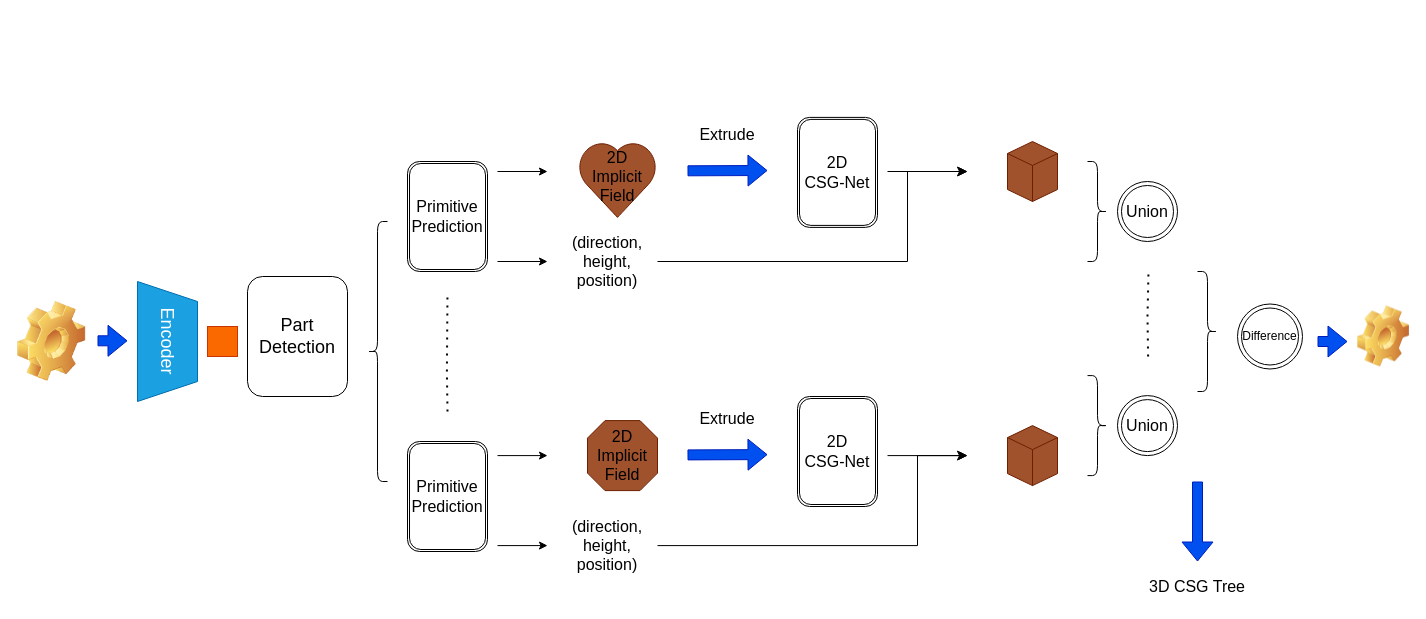
Before: img/extrude.drawio in wenqi-wang20/img, a draw.io diagram. Source tidied: cells renumbered, new cells numbered last; positions are measured from the earlier drawing's top-left corner, leaving out a move shared by most shapes. Both pictures are drawn from the tidied source at 100%, with x=0, y=0 at pixel (17, 117).
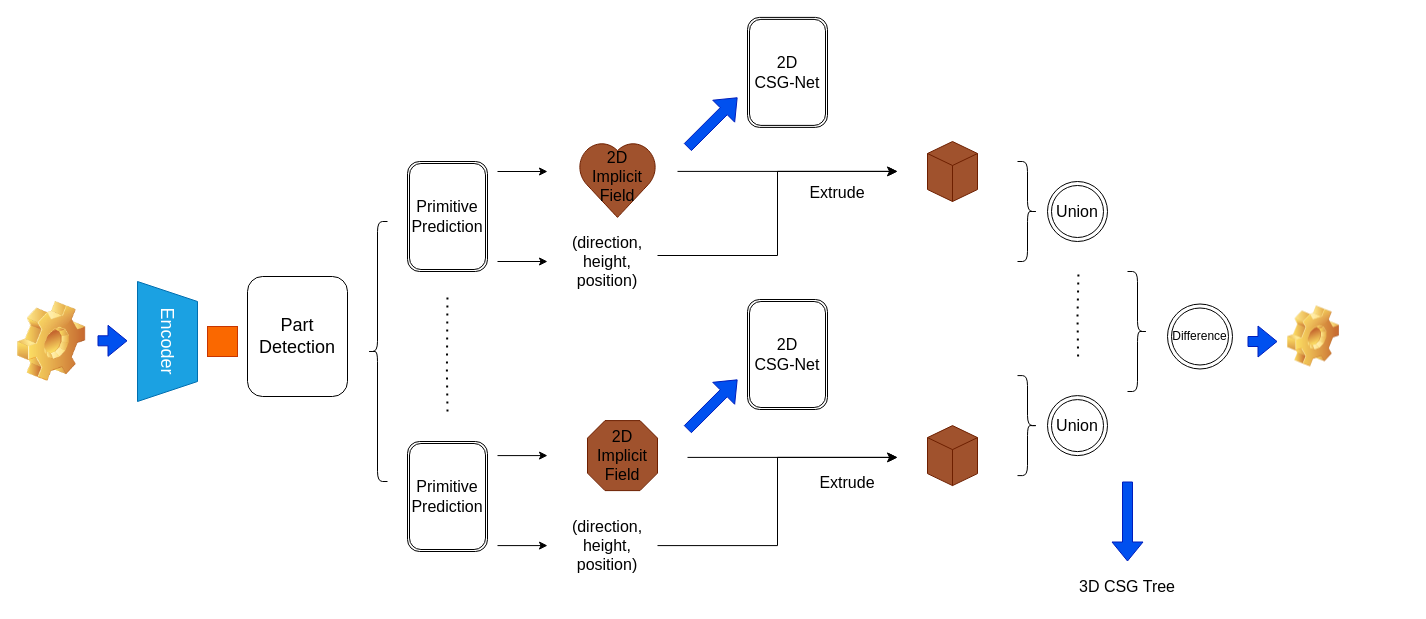
The same page after the edit.

What changed in the source:
```diff
@@
     <mxCell id="9" style="group;" parent="1" vertex="1">
-      <mxGeometry x="480" y="-0.1" width="470" height="159.1" as="geometry" />
+      <mxGeometry x="480" y="-0.1" width="480" height="159.1" as="geometry" />
     </mxCell>
@@
     <mxCell id="13" style="shape=flexArrow;endArrow=classic;html=1;rounded=0;fillColor=#0050ef;strokeColor=#001DBC;" parent="9" edge="1">
       <mxGeometry relative="1" as="geometry">
-        <mxPoint x="190" y="53.4" as="sourcePoint" />
-        <mxPoint x="270" y="53.1" as="targetPoint" />
+        <mxPoint x="190" y="30" as="sourcePoint" />
+        <mxPoint x="240" y="-20" as="targetPoint" />
       </mxGeometry>
     </mxCell>
     <mxCell id="14" value="&lt;font style=&quot;font-size: 16px;&quot;&gt;Extrude&lt;/font&gt;" style="text;html=1;strokeColor=none;fillColor=none;align=center;verticalAlign=middle;whiteSpace=wrap;rounded=0;" parent="9" vertex="1">
-      <mxGeometry x="200" y="1.6" width="60" height="30" as="geometry" />
+      <mxGeometry x="310" y="60" width="60" height="30" as="geometry" />
     </mxCell>
     <mxCell id="15" style="edgeStyle=elbowEdgeStyle;elbow=horizontal;endArrow=classic;html=1;curved=0;rounded=0;endSize=8;startSize=8;" parent="9" edge="1">
       <mxGeometry relative="1" as="geometry">
-        <mxPoint x="160" y="144.1" as="sourcePoint" />
-        <mxPoint x="470" y="54.1" as="targetPoint" />
-        <Array as="points">
-          <mxPoint x="410" y="104" />
-        </Array>
+        <mxPoint x="160" y="138.1" as="sourcePoint" />
+        <mxPoint x="400" y="54" as="targetPoint" />
       </mxGeometry>
     </mxCell>
     <mxCell id="16" style="endArrow=classic;html=1;rounded=0;" parent="9" edge="1">
       <mxGeometry relative="1" as="geometry">
-        <mxPoint x="390" y="54.1" as="sourcePoint" />
-        <mxPoint x="470" y="54.1" as="targetPoint" />
+        <mxPoint x="180" y="54" as="sourcePoint" />
+        <mxPoint x="400" y="54" as="targetPoint" />
       </mxGeometry>
     </mxCell>
@@
-    <mxCell id="20" value="&lt;font style=&quot;font-size: 16px;&quot;&gt;2D&lt;br&gt;CSG-Net&lt;/font&gt;" style="shape=ext;double=1;rounded=1;whiteSpace=wrap;html=1;" parent="9" vertex="1">
-      <mxGeometry x="300" width="80" height="110" as="geometry" />
-    </mxCell>
+    <mxCell id="28" style="html=1;shape=mxgraph.basic.isocube;isoAngle=15;fillColor=#a0522d;fontColor=#ffffff;strokeColor=#6D1F00;" parent="9" vertex="1">
+      <mxGeometry x="430" y="24.1" width="50" height="60" as="geometry" />
+    </mxCell>
@@
-    <mxCell id="24" style="shape=flexArrow;endArrow=classic;html=1;rounded=0;fillColor=#0050ef;strokeColor=#001DBC;" parent="1" edge="1">
-      <mxGeometry relative="1" as="geometry">
-        <mxPoint x="670" y="337.4" as="sourcePoint" />
-        <mxPoint x="750" y="337.1" as="targetPoint" />
-      </mxGeometry>
-    </mxCell>
-    <mxCell id="25" value="&lt;font style=&quot;font-size: 16px;&quot;&gt;Extrude&lt;/font&gt;" style="text;html=1;strokeColor=none;fillColor=none;align=center;verticalAlign=middle;whiteSpace=wrap;rounded=0;" parent="1" vertex="1">
-      <mxGeometry x="680" y="285.6" width="60" height="30" as="geometry" />
-    </mxCell>
     <mxCell id="26" style="edgeStyle=elbowEdgeStyle;elbow=horizontal;endArrow=classic;html=1;curved=0;rounded=0;endSize=8;startSize=8;" parent="1" edge="1">
       <mxGeometry relative="1" as="geometry">
         <mxPoint x="640" y="428.1" as="sourcePoint" />
-        <mxPoint x="950" y="338.1" as="targetPoint" />
+        <mxPoint x="880" y="339.9" as="targetPoint" />
         <Array as="points">
-          <mxPoint x="900" y="398.1" />
+          <mxPoint x="760" y="369.9" />
         </Array>
       </mxGeometry>
     </mxCell>
-    <mxCell id="27" style="endArrow=classic;html=1;rounded=0;" parent="1" edge="1">
-      <mxGeometry relative="1" as="geometry">
-        <mxPoint x="870" y="338.1" as="sourcePoint" />
-        <mxPoint x="950" y="338.1" as="targetPoint" />
-      </mxGeometry>
-    </mxCell>
-    <mxCell id="28" style="html=1;shape=mxgraph.basic.isocube;isoAngle=15;fillColor=#a0522d;fontColor=#ffffff;strokeColor=#6D1F00;" parent="1" vertex="1">
-      <mxGeometry x="990" y="24" width="50" height="60" as="geometry" />
-    </mxCell>
     <mxCell id="29" style="html=1;shape=mxgraph.basic.isocube;isoAngle=15;fillColor=#a0522d;fontColor=#ffffff;strokeColor=#6D1F00;" parent="1" vertex="1">
-      <mxGeometry x="990" y="308.1" width="50" height="60" as="geometry" />
+      <mxGeometry x="910" y="308.1" width="50" height="60" as="geometry" />
     </mxCell>
@@
+    <mxCell id="41" style="shape=flexArrow;endArrow=classic;html=1;rounded=0;fillColor=#0050ef;strokeColor=#001DBC;" parent="1" edge="1">
+      <mxGeometry relative="1" as="geometry">
+        <mxPoint x="80" y="223.3" as="sourcePoint" />
+        <mxPoint x="110" y="223.3" as="targetPoint" />
+      </mxGeometry>
+    </mxCell>
+    <mxCell id="43" style="group;" parent="1" vertex="1">
+      <mxGeometry x="570" y="303.1" width="70" height="70" as="geometry" />
+    </mxCell>
+    <mxCell id="44" style="verticalLabelPosition=bottom;verticalAlign=top;html=1;shape=mxgraph.basic.polygon;polyCoords=[[0.25,0],[0.75,0],[1,0.25],[1,0.75],[0.75,1],[0.25,1],[0,0.75],[0,0.25]];polyline=0;fillColor=#a0522d;strokeColor=#6D1F00;fontColor=#ffffff;" parent="43" vertex="1">
+      <mxGeometry width="70" height="70" as="geometry" />
+    </mxCell>
+    <mxCell id="45" value="&lt;font style=&quot;font-size: 16px;&quot;&gt;2D&lt;br&gt;Implicit&lt;br&gt;Field&lt;/font&gt;" style="text;html=1;strokeColor=none;fillColor=none;align=center;verticalAlign=middle;whiteSpace=wrap;rounded=0;" parent="43" vertex="1">
+      <mxGeometry x="5" y="20" width="60" height="30" as="geometry" />
+    </mxCell>
+    <mxCell id="46" value="&lt;font style=&quot;font-size: 16px;&quot;&gt;2D&lt;br&gt;CSG-Net&lt;/font&gt;" style="shape=ext;double=1;rounded=1;whiteSpace=wrap;html=1;" parent="1" vertex="1">
+      <mxGeometry x="730" y="182" width="80" height="110" as="geometry" />
+    </mxCell>
+    <mxCell id="20" value="&lt;font style=&quot;font-size: 16px;&quot;&gt;2D&lt;br&gt;CSG-Net&lt;/font&gt;" style="shape=ext;double=1;rounded=1;whiteSpace=wrap;html=1;" parent="1" vertex="1">
+      <mxGeometry x="730" y="-100.1" width="80" height="110" as="geometry" />
+    </mxCell>
+    <mxCell id="25" value="&lt;font style=&quot;font-size: 16px;&quot;&gt;Extrude&lt;/font&gt;" style="text;html=1;strokeColor=none;fillColor=none;align=center;verticalAlign=middle;whiteSpace=wrap;rounded=0;" parent="1" vertex="1">
+      <mxGeometry x="800" y="349.9" width="60" height="30" as="geometry" />
+    </mxCell>
+    <mxCell id="49" style="shape=flexArrow;endArrow=classic;html=1;rounded=0;fillColor=#0050ef;strokeColor=#001DBC;" parent="1" edge="1">
+      <mxGeometry relative="1" as="geometry">
+        <mxPoint x="670" y="312" as="sourcePoint" />
+        <mxPoint x="720" y="262" as="targetPoint" />
+      </mxGeometry>
+    </mxCell>
+    <mxCell id="50" style="group;" parent="1" vertex="1">
+      <mxGeometry x="1000" y="44" width="322" height="440" as="geometry" />
+    </mxCell>
-    <mxCell id="31" style="group;" parent="1" vertex="1">
-      <mxGeometry x="1070" y="44" width="90" height="100" as="geometry" />
+    <mxCell id="31" style="group;" parent="50" vertex="1">
+      <mxGeometry width="90" height="100" as="geometry" />
     </mxCell>
@@
-    <mxCell id="34" style="group;" parent="1" vertex="1">
-      <mxGeometry x="1070" y="258.1" width="90" height="100" as="geometry" />
+    <mxCell id="34" style="group;" parent="50" vertex="1">
+      <mxGeometry y="214.1" width="90" height="100" as="geometry" />
     </mxCell>
@@
-    <mxCell id="37" style="endArrow=none;dashed=1;html=1;dashPattern=1 3;strokeWidth=2;rounded=0;" parent="1" edge="1">
+    <mxCell id="37" style="endArrow=none;dashed=1;html=1;dashPattern=1 3;strokeWidth=2;rounded=0;" parent="50" edge="1">
       <mxGeometry relative="1" as="geometry">
-        <mxPoint x="1130.6" y="239" as="sourcePoint" />
-        <mxPoint x="1131" y="154" as="targetPoint" />
+        <mxPoint x="60.6" y="195" as="sourcePoint" />
+        <mxPoint x="61" y="110" as="targetPoint" />
         <Array as="points">
-          <mxPoint x="1130" y="199" />
+          <mxPoint x="60" y="155" />
         </Array>
       </mxGeometry>
     </mxCell>
-    <mxCell id="38" value="Difference" style="ellipse;shape=doubleEllipse;whiteSpace=wrap;html=1;" parent="1" vertex="1">
-      <mxGeometry x="1220" y="186.5" width="65" height="65" as="geometry" />
+    <mxCell id="38" value="Difference" style="ellipse;shape=doubleEllipse;whiteSpace=wrap;html=1;" parent="50" vertex="1">
+      <mxGeometry x="150" y="142.5" width="65" height="65" as="geometry" />
     </mxCell>
-    <mxCell id="39" style="shape=image;html=1;verticalLabelPosition=bottom;verticalAlign=top;imageAspect=1;image=img/clipart/Gear_128x128.png;" parent="1" vertex="1">
-      <mxGeometry x="1340" y="188.5" width="52" height="61" as="geometry" />
+    <mxCell id="39" style="shape=image;html=1;verticalLabelPosition=bottom;verticalAlign=top;imageAspect=1;image=img/clipart/Gear_128x128.png;" parent="50" vertex="1">
+      <mxGeometry x="270" y="144.5" width="52" height="61" as="geometry" />
     </mxCell>
-    <mxCell id="40" style="shape=flexArrow;endArrow=classic;html=1;rounded=0;fillColor=#0050ef;strokeColor=#001DBC;" parent="1" edge="1">
+    <mxCell id="40" style="shape=flexArrow;endArrow=classic;html=1;rounded=0;fillColor=#0050ef;strokeColor=#001DBC;" parent="50" edge="1">
       <mxGeometry relative="1" as="geometry">
-        <mxPoint x="1300" y="224" as="sourcePoint" />
-        <mxPoint x="1330" y="224" as="targetPoint" />
+        <mxPoint x="230" y="180" as="sourcePoint" />
+        <mxPoint x="260" y="180" as="targetPoint" />
       </mxGeometry>
     </mxCell>
-    <mxCell id="41" style="shape=flexArrow;endArrow=classic;html=1;rounded=0;fillColor=#0050ef;strokeColor=#001DBC;" parent="1" edge="1">
-      <mxGeometry relative="1" as="geometry">
-        <mxPoint x="80" y="223.3" as="sourcePoint" />
-        <mxPoint x="110" y="223.3" as="targetPoint" />
-      </mxGeometry>
-    </mxCell>
-    <mxCell id="42" style="shape=curlyBracket;whiteSpace=wrap;html=1;rounded=1;flipH=1;labelPosition=right;verticalLabelPosition=middle;align=left;verticalAlign=middle;" parent="1" vertex="1">
-      <mxGeometry x="1180" y="154" width="20" height="120" as="geometry" />
+    <mxCell id="42" style="shape=curlyBracket;whiteSpace=wrap;html=1;rounded=1;flipH=1;labelPosition=right;verticalLabelPosition=middle;align=left;verticalAlign=middle;" parent="50" vertex="1">
+      <mxGeometry x="110" y="110" width="20" height="120" as="geometry" />
     </mxCell>
-    <mxCell id="43" style="group;" parent="1" vertex="1">
-      <mxGeometry x="570" y="303.1" width="70" height="70" as="geometry" />
-    </mxCell>
-    <mxCell id="44" style="verticalLabelPosition=bottom;verticalAlign=top;html=1;shape=mxgraph.basic.polygon;polyCoords=[[0.25,0],[0.75,0],[1,0.25],[1,0.75],[0.75,1],[0.25,1],[0,0.75],[0,0.25]];polyline=0;fillColor=#a0522d;strokeColor=#6D1F00;fontColor=#ffffff;" parent="43" vertex="1">
-      <mxGeometry width="70" height="70" as="geometry" />
-    </mxCell>
-    <mxCell id="45" value="&lt;font style=&quot;font-size: 16px;&quot;&gt;2D&lt;br&gt;Implicit&lt;br&gt;Field&lt;/font&gt;" style="text;html=1;strokeColor=none;fillColor=none;align=center;verticalAlign=middle;whiteSpace=wrap;rounded=0;" parent="43" vertex="1">
-      <mxGeometry x="5" y="20" width="60" height="30" as="geometry" />
-    </mxCell>
-    <mxCell id="46" value="&lt;font style=&quot;font-size: 16px;&quot;&gt;2D&lt;br&gt;CSG-Net&lt;/font&gt;" style="shape=ext;double=1;rounded=1;whiteSpace=wrap;html=1;" parent="1" vertex="1">
-      <mxGeometry x="780" y="279" width="80" height="110" as="geometry" />
-    </mxCell>
-    <mxCell id="47" style="shape=flexArrow;endArrow=classic;html=1;rounded=0;fillColor=#0050ef;strokeColor=#001DBC;" parent="1" edge="1">
+    <mxCell id="47" style="shape=flexArrow;endArrow=classic;html=1;rounded=0;fillColor=#0050ef;strokeColor=#001DBC;" parent="50" edge="1">
       <mxGeometry relative="1" as="geometry">
-        <mxPoint x="1180" y="364" as="sourcePoint" />
-        <mxPoint x="1180" y="444" as="targetPoint" />
+        <mxPoint x="110" y="320" as="sourcePoint" />
+        <mxPoint x="110" y="400" as="targetPoint" />
       </mxGeometry>
     </mxCell>
-    <mxCell id="48" value="&lt;font style=&quot;font-size: 16px;&quot;&gt;3D CSG Tree&lt;/font&gt;" style="text;html=1;strokeColor=none;fillColor=none;align=center;verticalAlign=middle;whiteSpace=wrap;rounded=0;" parent="1" vertex="1">
-      <mxGeometry x="1120" y="454" width="120" height="30" as="geometry" />
+    <mxCell id="48" value="&lt;font style=&quot;font-size: 16px;&quot;&gt;3D CSG Tree&lt;/font&gt;" style="text;html=1;strokeColor=none;fillColor=none;align=center;verticalAlign=middle;whiteSpace=wrap;rounded=0;" parent="50" vertex="1">
+      <mxGeometry x="50" y="410" width="120" height="30" as="geometry" />
     </mxCell>
+    <mxCell id="51" style="endArrow=classic;html=1;rounded=0;" parent="1" edge="1">
+      <mxGeometry relative="1" as="geometry">
+        <mxPoint x="670" y="339.9" as="sourcePoint" />
+        <mxPoint x="880" y="339.9" as="targetPoint" />
+      </mxGeometry>
+    </mxCell>
```
